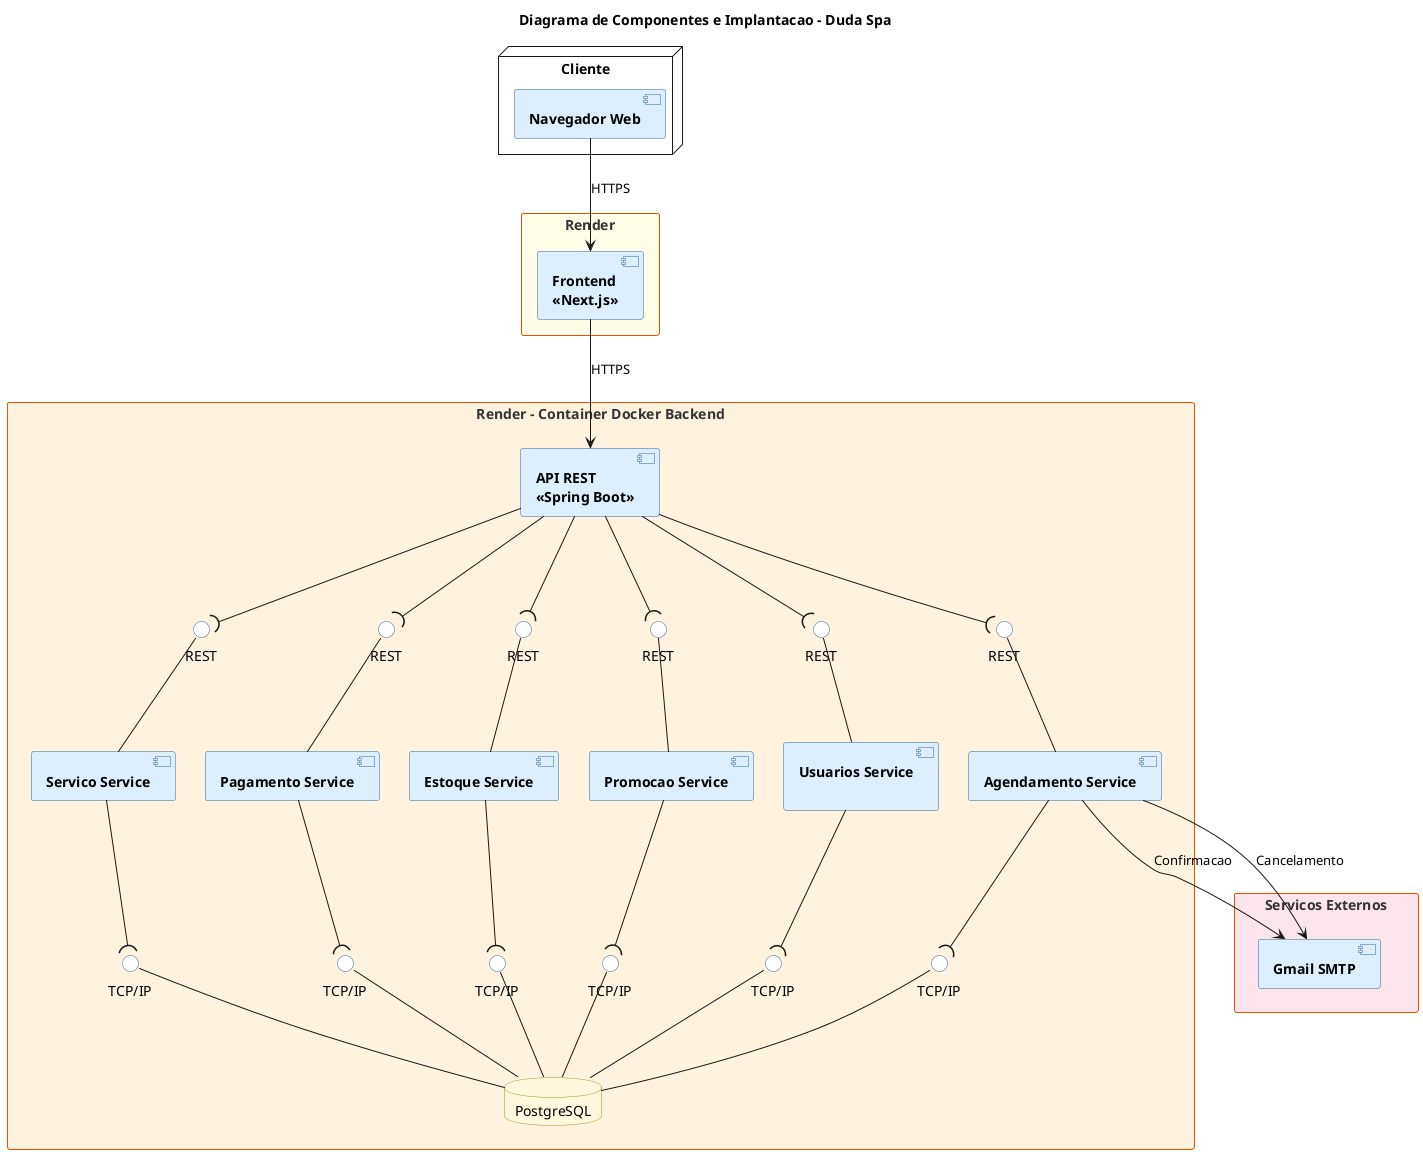
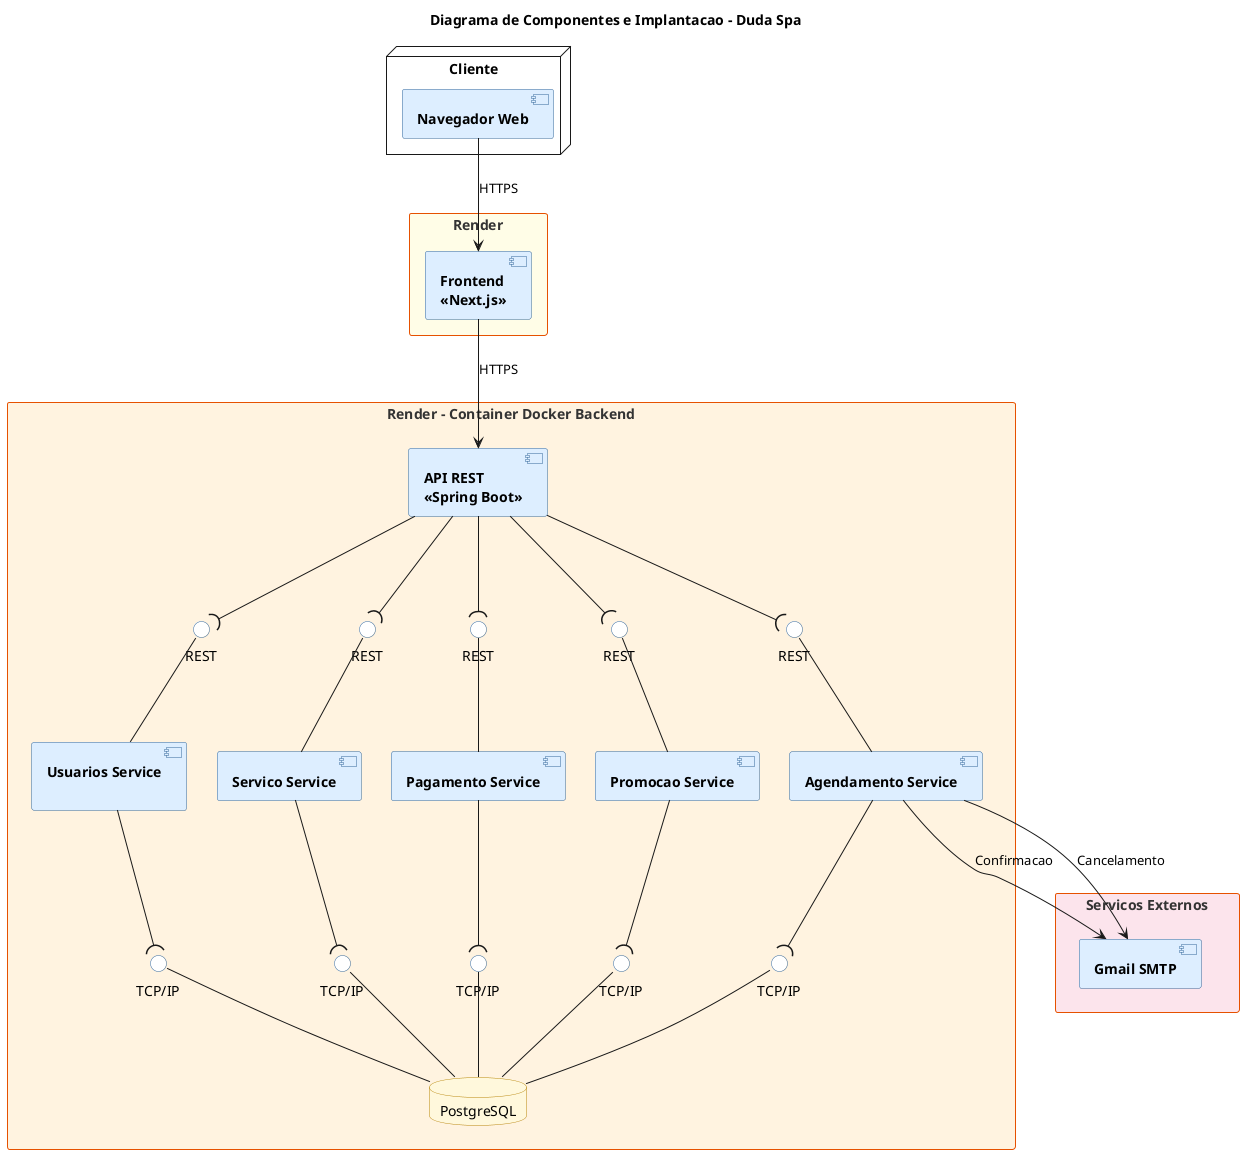
@startuml componentes

title Diagrama de Componentes e Implantacao - Duda Spa

skinparam nodesep 30
skinparam ranksep 80

skinparam component {
  BackgroundColor #DDEEFF
  BorderColor #336699
  FontStyle bold
}

skinparam database {
  BackgroundColor #FFF8DC
  BorderColor #B8860B
}

skinparam rectangle {
  BorderColor #E65100
  FontColor #333
}

skinparam interface {
  BackgroundColor #FFFFFF
  BorderColor #336699
}

node "Cliente" {

    [Navegador Web] as WEB

}

rectangle "Render" as RENDER #FFFDE7 {

    [Frontend\n<<Next.js>>] as FRONT

}

WEB --> FRONT : HTTPS

rectangle "Render - Container Docker Backend" as DOCKER #FFF3E0 {

    [API REST\n<<Spring Boot>>] as API


    interface "REST" as iUSER
    interface "REST" as iAG
    interface "REST" as iSERV
    interface "REST" as iPAG
-     interface "REST" as iEST
    interface "REST" as iPROM


    API --( iUSER
    API --( iAG
    API --( iSERV
    API --( iPAG
-     API --( iEST
    API --( iPROM


    [Usuarios Service\n] as USERS

    [Agendamento Service] as AG

    [Servico Service] as SERV

    [Pagamento Service] as PAG

-     [Estoque Service] as EST
- 
    [Promocao Service] as PROM


    USERS -up- iUSER
    AG -up- iAG
    SERV -up- iSERV
    PAG -up- iPAG
-     EST -up- iEST
    PROM -up- iPROM


    interface "TCP/IP" as iDB2
    interface "TCP/IP" as iDB3
    interface "TCP/IP" as iDB4
    interface "TCP/IP" as iDB5
-     interface "TCP/IP" as iDB6
    interface "TCP/IP" as iDB7

    database "PostgreSQL" as DB


    USERS --( iDB2
    AG --( iDB3
    SERV --( iDB4
    PAG --( iDB5
-     EST --( iDB6
    PROM --( iDB7


    iDB2 -down- DB
    iDB3 -down- DB
    iDB4 -down- DB
    iDB5 -down- DB
-     iDB6 -down- DB
    iDB7 -down- DB

}

FRONT --> API : HTTPS

rectangle "Servicos Externos" as EXT #FCE4EC {

    [Gmail SMTP] as GMAIL

}


AG --> GMAIL : Confirmacao
AG --> GMAIL : Cancelamento

USERS -[hidden]right- AG
AG -[hidden]right- SERV
SERV -[hidden]right- PAG
- PAG -[hidden]right- EST
- EST -[hidden]right- PROM
+ 

DOCKER -[hidden]down- EXT

@enduml